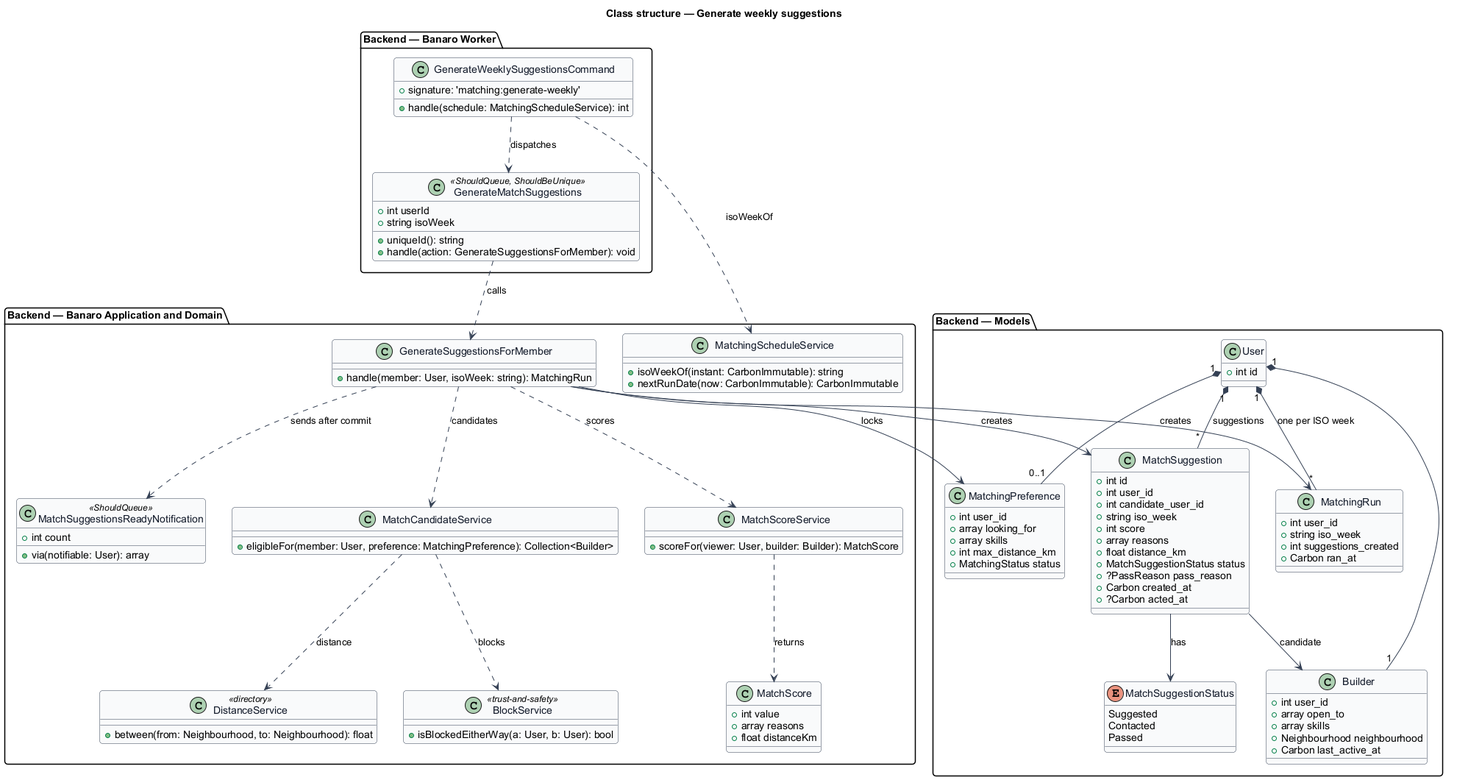
The PlantUML diagram docs/detailed-designs/matching/generate-weekly-suggestions/diagrams/class-structure.png in QuinntyneBrown/banaro, before a commit. Source of this version:
```plantuml
@startuml
skinparam backgroundColor #FFFFFF
skinparam shadowing false
skinparam roundcorner 8
skinparam defaultFontName Arial
skinparam ArrowColor #344054
skinparam class {
  BorderColor #344054
  FontColor #101828
  BackgroundColor #F9FAFB
}
title Class structure — Generate weekly suggestions

package "Backend — Banaro Worker" {
  class GenerateWeeklySuggestionsCommand {
    +signature: 'matching:generate-weekly'
    +handle(schedule: MatchingScheduleService): int
  }
  class GenerateMatchSuggestions <<ShouldQueue, ShouldBeUnique>> {
    +int userId
    +string isoWeek
    +uniqueId(): string
    +handle(action: GenerateSuggestionsForMember): void
  }
}

package "Backend — Banaro Application and Domain" {
  class GenerateSuggestionsForMember {
    +handle(member: User, isoWeek: string): MatchingRun
  }
  class MatchCandidateService {
    +eligibleFor(member: User, preference: MatchingPreference): Collection<Builder>
  }
  class MatchScoreService {
    +scoreFor(viewer: User, builder: Builder): MatchScore
  }
  class MatchScore {
    +int value
    +array reasons
    +float distanceKm
  }
  class MatchingScheduleService {
    +isoWeekOf(instant: CarbonImmutable): string
    +nextRunDate(now: CarbonImmutable): CarbonImmutable
  }
  class DistanceService <<directory>> {
    +between(from: Neighbourhood, to: Neighbourhood): float
  }
  class BlockService <<trust-and-safety>> {
    +isBlockedEitherWay(a: User, b: User): bool
  }
  class MatchSuggestionsReadyNotification <<ShouldQueue>> {
    +int count
    +via(notifiable: User): array
  }
}

package "Backend — Models" {
  class User {
    +int id
  }
  class Builder {
    +int user_id
    +array open_to
    +array skills
    +Neighbourhood neighbourhood
    +Carbon last_active_at
  }
  class MatchingPreference {
    +int user_id
    +array looking_for
    +array skills
    +int max_distance_km
    +MatchingStatus status
  }
  class MatchSuggestion {
    +int id
    +int user_id
    +int candidate_user_id
    +string iso_week
    +int score
    +array reasons
    +float distance_km
    +MatchSuggestionStatus status
    +?PassReason pass_reason
    +Carbon created_at
    +?Carbon acted_at
  }
  class MatchingRun {
    +int user_id
    +string iso_week
    +int suggestions_created
    +Carbon ran_at
  }
  enum MatchSuggestionStatus {
    Suggested
    Contacted
    Passed
  }
}

GenerateWeeklySuggestionsCommand ..> MatchingScheduleService : isoWeekOf
GenerateWeeklySuggestionsCommand ..> GenerateMatchSuggestions : dispatches
GenerateMatchSuggestions ..> GenerateSuggestionsForMember : calls
GenerateSuggestionsForMember ..> MatchCandidateService : candidates
GenerateSuggestionsForMember ..> MatchScoreService : scores
GenerateSuggestionsForMember ..> MatchSuggestionsReadyNotification : sends after commit
MatchCandidateService ..> DistanceService : distance
MatchCandidateService ..> BlockService : blocks
MatchScoreService ..> MatchScore : returns
GenerateSuggestionsForMember --> MatchingPreference : locks
GenerateSuggestionsForMember --> MatchSuggestion : creates
GenerateSuggestionsForMember --> MatchingRun : creates
User "1" *-- "0..1" MatchingPreference
User "1" *-- "1" Builder
User "1" *-- "*" MatchSuggestion : suggestions
User "1" *-- "*" MatchingRun : one per ISO week
MatchSuggestion --> Builder : candidate
MatchSuggestion --> MatchSuggestionStatus : has
@enduml
```
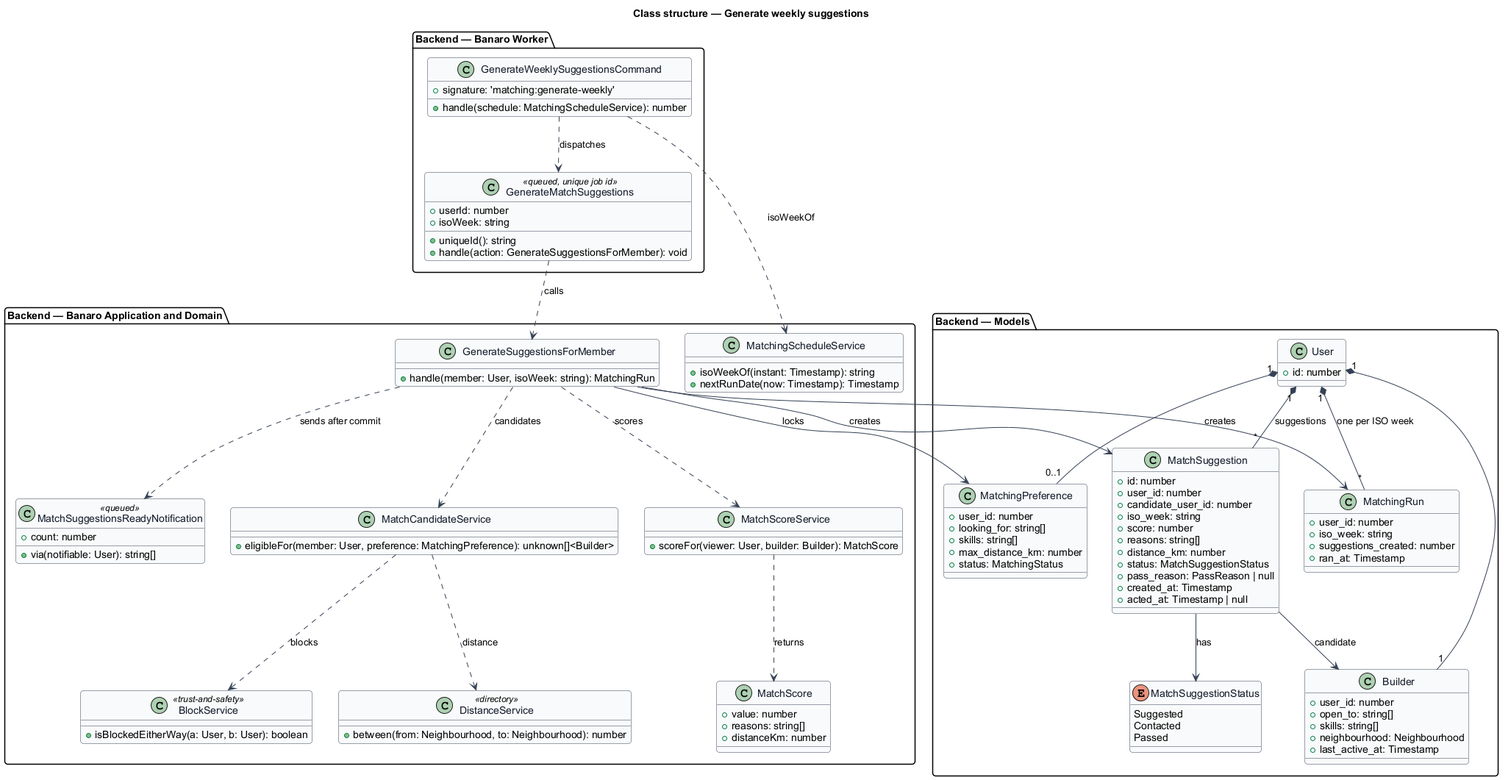
Later version of the same file.

What changed in the source:
```diff
@@ -14,11 +14,11 @@
 package "Backend — Banaro Worker" {
   class GenerateWeeklySuggestionsCommand {
     +signature: 'matching:generate-weekly'
-    +handle(schedule: MatchingScheduleService): int
+    +handle(schedule: MatchingScheduleService): number
   }
-  class GenerateMatchSuggestions <<ShouldQueue, ShouldBeUnique>> {
-    +int userId
-    +string isoWeek
+  class GenerateMatchSuggestions <<queued, unique job id>> {
+    +userId: number
+    +isoWeek: string
     +uniqueId(): string
     +handle(action: GenerateSuggestionsForMember): void
   }
@@ -29,68 +29,68 @@
     +handle(member: User, isoWeek: string): MatchingRun
   }
   class MatchCandidateService {
-    +eligibleFor(member: User, preference: MatchingPreference): Collection<Builder>
+    +eligibleFor(member: User, preference: MatchingPreference): unknown[]<Builder>
   }
   class MatchScoreService {
     +scoreFor(viewer: User, builder: Builder): MatchScore
   }
   class MatchScore {
-    +int value
-    +array reasons
-    +float distanceKm
+    +value: number
+    +reasons: string[]
+    +distanceKm: number
   }
   class MatchingScheduleService {
-    +isoWeekOf(instant: CarbonImmutable): string
-    +nextRunDate(now: CarbonImmutable): CarbonImmutable
+    +isoWeekOf(instant: Timestamp): string
+    +nextRunDate(now: Timestamp): Timestamp
   }
   class DistanceService <<directory>> {
-    +between(from: Neighbourhood, to: Neighbourhood): float
+    +between(from: Neighbourhood, to: Neighbourhood): number
   }
   class BlockService <<trust-and-safety>> {
-    +isBlockedEitherWay(a: User, b: User): bool
+    +isBlockedEitherWay(a: User, b: User): boolean
   }
-  class MatchSuggestionsReadyNotification <<ShouldQueue>> {
-    +int count
-    +via(notifiable: User): array
+  class MatchSuggestionsReadyNotification <<queued>> {
+    +count: number
+    +via(notifiable: User): string[]
   }
 }
 
 package "Backend — Models" {
   class User {
-    +int id
+    +id: number
   }
   class Builder {
-    +int user_id
-    +array open_to
-    +array skills
-    +Neighbourhood neighbourhood
-    +Carbon last_active_at
+    +user_id: number
+    +open_to: string[]
+    +skills: string[]
+    +neighbourhood: Neighbourhood
+    +last_active_at: Timestamp
   }
   class MatchingPreference {
-    +int user_id
-    +array looking_for
-    +array skills
-    +int max_distance_km
-    +MatchingStatus status
+    +user_id: number
+    +looking_for: string[]
+    +skills: string[]
+    +max_distance_km: number
+    +status: MatchingStatus
   }
   class MatchSuggestion {
-    +int id
-    +int user_id
-    +int candidate_user_id
-    +string iso_week
-    +int score
-    +array reasons
-    +float distance_km
-    +MatchSuggestionStatus status
-    +?PassReason pass_reason
-    +Carbon created_at
-    +?Carbon acted_at
+    +id: number
+    +user_id: number
+    +candidate_user_id: number
+    +iso_week: string
+    +score: number
+    +reasons: string[]
+    +distance_km: number
+    +status: MatchSuggestionStatus
+    +pass_reason: PassReason | null
+    +created_at: Timestamp
+    +acted_at: Timestamp | null
   }
   class MatchingRun {
-    +int user_id
-    +string iso_week
-    +int suggestions_created
-    +Carbon ran_at
+    +user_id: number
+    +iso_week: string
+    +suggestions_created: number
+    +ran_at: Timestamp
   }
   enum MatchSuggestionStatus {
     Suggested
```
